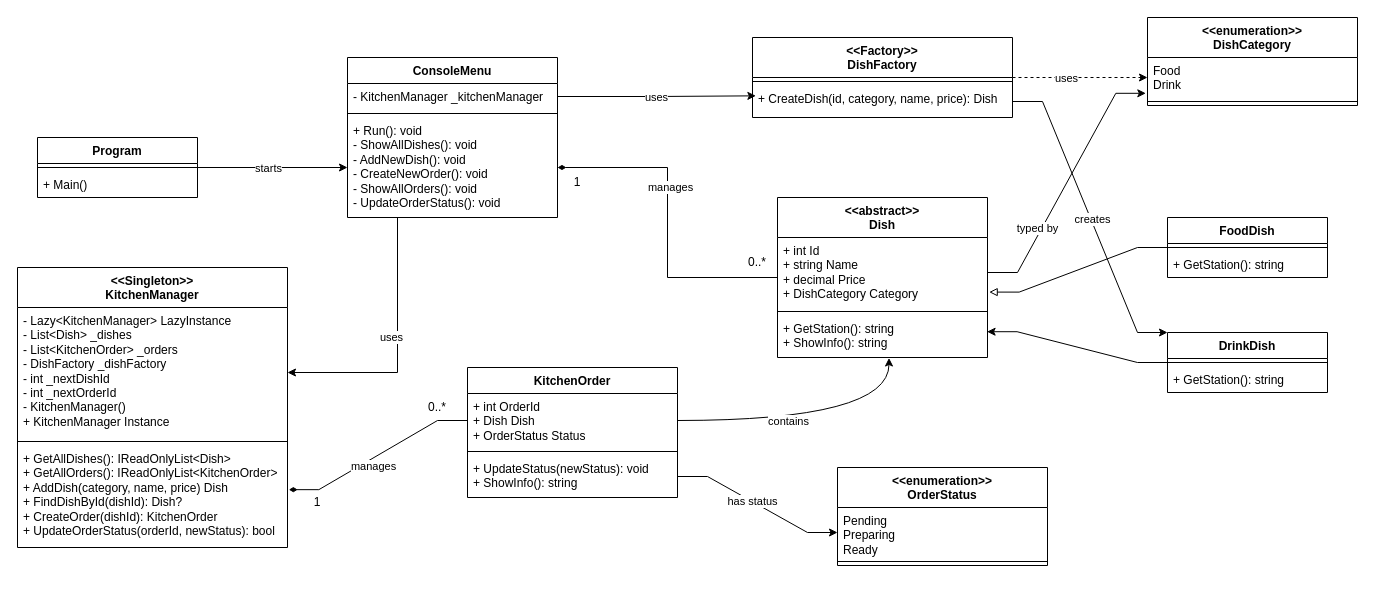
This is docs/classdiagram.drawio from ngxtmuni/console-app-combine-2-design-pattern, a draw.io file, before an edit. Source tidied: cells renumbered, new cells numbered last; positions are measured from the earlier drawing's top-left corner, leaving out a move shared by most shapes. Both pictures are drawn from the tidied source at 100%, with x=0, y=0 at pixel (17, 17).
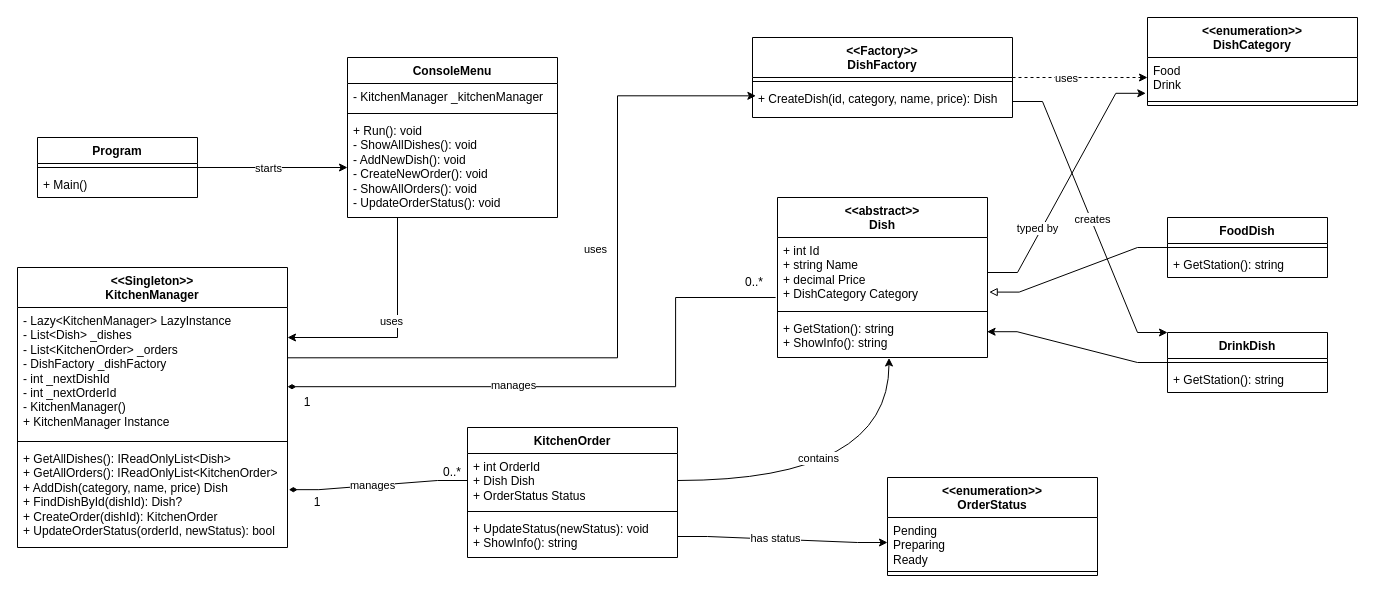
The same page after the edit.

Commit message (it also covers changes not shown here):
docs: Update class diagram layout and connections

Unchanged cells that the change refers to:
```xml
<mxCell id="6" value="- KitchenManager _kitchenManager" style="text;strokeColor=none;fillColor=none;align=left;verticalAlign=top;spacingLeft=4;spacingRight=4;overflow=hidden;points=[[0,0.5],[1,0.5]];portConstraint=eastwest;whiteSpace=wrap;html=1;" parent="5" vertex="1">
  <mxGeometry y="26" width="210" height="26" as="geometry" />
</mxCell>
<mxCell id="8" value="&lt;div&gt;+ Run(): void&lt;/div&gt;&lt;div&gt;- ShowAllDishes(): void&lt;/div&gt;&lt;div&gt;- AddNewDish(): void&lt;/div&gt;&lt;div&gt;- CreateNewOrder(): void&lt;/div&gt;&lt;div&gt;- ShowAllOrders(): void&lt;/div&gt;&lt;div&gt;- UpdateOrderStatus(): void&lt;/div&gt;" style="text;strokeColor=none;fillColor=none;align=left;verticalAlign=top;spacingLeft=4;spacingRight=4;overflow=hidden;points=[[0,0.5],[1,0.5]];portConstraint=eastwest;whiteSpace=wrap;html=1;" parent="5" vertex="1">
  <mxGeometry y="60" width="210" height="100" as="geometry" />
</mxCell>
<mxCell id="10" value="&lt;div&gt;- Lazy&amp;lt;KitchenManager&amp;gt;&amp;nbsp;&lt;span style=&quot;background-color: transparent; color: light-dark(rgb(0, 0, 0), rgb(255, 255, 255));&quot;&gt;LazyInstance&lt;/span&gt;&lt;/div&gt;&lt;div&gt;- List&amp;lt;Dish&amp;gt; _dishes&lt;/div&gt;&lt;div&gt;- List&amp;lt;KitchenOrder&amp;gt; _orders&lt;/div&gt;&lt;div&gt;- DishFactory _dishFactory&lt;/div&gt;&lt;div&gt;- int _nextDishId&lt;/div&gt;&lt;div&gt;- int _nextOrderId&lt;/div&gt;&lt;div&gt;- KitchenManager()&lt;/div&gt;&lt;div&gt;+ KitchenManager Instance&lt;/div&gt;" style="text;strokeColor=none;fillColor=none;align=left;verticalAlign=top;spacingLeft=4;spacingRight=4;overflow=hidden;points=[[0,0.5],[1,0.5]];portConstraint=eastwest;whiteSpace=wrap;html=1;" parent="9" vertex="1">
  <mxGeometry y="40" width="270" height="130" as="geometry" />
</mxCell>
<mxCell id="28" value="&amp;lt;&amp;lt;abstract&amp;gt;&amp;gt;&lt;div&gt;Dish&lt;/div&gt;" style="swimlane;fontStyle=1;align=center;verticalAlign=top;horizontal=1;startSize=40;whiteSpace=wrap;html=1;" parent="1" vertex="1">
  <mxGeometry x="760" y="180" width="210" height="160" as="geometry" />
</mxCell>
<mxCell id="32" style="edgeStyle=orthogonalEdgeStyle;rounded=0;jettySize=auto;html=1;entryX=0.531;entryY=1.012;entryDx=0;entryDy=0;entryPerimeter=0;curved=1;" parent="1" edge="1" source="19" target="31">
  <mxGeometry relative="1" as="geometry" />
</mxCell>
<mxCell id="45" value="&lt;div&gt;+ CreateDish(id, category, name, price): Dish&lt;/div&gt;" style="text;strokeColor=none;fillColor=none;align=left;verticalAlign=top;spacingLeft=4;spacingRight=4;overflow=hidden;points=[[0,0.5],[1,0.5]];portConstraint=eastwest;whiteSpace=wrap;html=1;" parent="43" vertex="1">
  <mxGeometry y="48" width="260" height="32" as="geometry" />
</mxCell>
```

Diff of the diagram source:
```diff
@@
-    <mxCell id="16" style="edgeStyle=orthogonalEdgeStyle;rounded=0;jettySize=auto;html=1;entryX=1;entryY=0.5;entryDx=0;entryDy=0;" parent="1" edge="1" source="8" target="10">
+    <mxCell id="16" style="edgeStyle=orthogonalEdgeStyle;rounded=0;jettySize=auto;html=1;" parent="1" edge="1" source="8">
       <mxGeometry relative="1" as="geometry">
+        <mxPoint x="270" y="320" as="targetPoint" />
         <Array as="points">
-          <mxPoint x="380" y="355" />
+          <mxPoint x="380" y="320" />
+          <mxPoint x="270" y="320" />
         </Array>
       </mxGeometry>
     </mxCell>
@@
     <mxCell id="18" value="KitchenOrder" style="swimlane;fontStyle=1;align=center;verticalAlign=top;horizontal=1;startSize=26;whiteSpace=wrap;html=1;" parent="1" vertex="1">
-      <mxGeometry x="450" y="350" width="210" height="130" as="geometry" />
+      <mxGeometry x="450" y="410" width="210" height="130" as="geometry" />
     </mxCell>
@@
     <mxCell id="23" value="0..*" style="text;html=1;whiteSpace=wrap;strokeColor=none;fillColor=none;align=center;verticalAlign=middle;rounded=0;" parent="1" vertex="1">
-      <mxGeometry x="390" y="375" width="60" height="30" as="geometry" />
+      <mxGeometry x="405" y="440" width="60" height="30" as="geometry" />
     </mxCell>
@@
-    <mxCell id="26" style="edgeStyle=orthogonalEdgeStyle;rounded=0;jettySize=auto;html=1;entryX=1;entryY=0.5;entryDx=0;entryDy=0;endArrow=diamondThin;endFill=1;" parent="1" edge="1" source="28" target="8">
-      <mxGeometry relative="1" as="geometry" />
+    <mxCell id="26" style="edgeStyle=orthogonalEdgeStyle;rounded=0;orthogonalLoop=1;jettySize=auto;html=1;entryX=1.007;entryY=0.456;entryDx=0;entryDy=0;endArrow=diamondThin;endFill=1;entryPerimeter=0;" parent="1" edge="1">
+      <mxGeometry relative="1" as="geometry">
+        <mxPoint x="758.1" y="280" as="sourcePoint" />
+        <mxPoint x="270" y="369.2" as="targetPoint" />
+        <Array as="points">
+          <mxPoint x="658.1" y="280" />
+          <mxPoint x="658.1" y="369" />
+        </Array>
+      </mxGeometry>
     </mxCell>
@@
     <mxCell id="33" value="contains" style="edgeLabel;html=1;align=center;verticalAlign=middle;" parent="32" vertex="1">
       <mxGeometry x="-0.38" y="-4" relative="1" as="geometry">
-        <mxPoint x="25" y="-4" as="offset" />
+        <mxPoint x="36" y="-27" as="offset" />
       </mxGeometry>
     </mxCell>
     <mxCell id="34" value="&amp;lt;&amp;lt;enumeration&amp;gt;&amp;gt;&lt;div&gt;OrderStatus&lt;/div&gt;" style="swimlane;fontStyle=1;align=center;verticalAlign=top;horizontal=1;startSize=40;whiteSpace=wrap;html=1;" parent="1" vertex="1">
-      <mxGeometry x="820" y="450" width="210" height="98" as="geometry" />
+      <mxGeometry x="870" y="460" width="210" height="98" as="geometry" />
     </mxCell>
@@
-    <mxCell id="46" style="edgeStyle=orthogonalEdgeStyle;rounded=0;jettySize=auto;html=1;entryX=0.013;entryY=0.323;entryDx=0;entryDy=0;entryPerimeter=0;" parent="1" edge="1" source="6" target="45">
-      <mxGeometry relative="1" as="geometry" />
+    <mxCell id="46" style="edgeStyle=orthogonalEdgeStyle;rounded=0;jettySize=auto;html=1;entryX=0.013;entryY=0.323;entryDx=0;entryDy=0;entryPerimeter=0;exitX=0.999;exitY=0.387;exitDx=0;exitDy=0;exitPerimeter=0;" parent="1" edge="1" source="10" target="45">
+      <mxGeometry relative="1" as="geometry">
+        <Array as="points">
+          <mxPoint x="600" y="340" />
+          <mxPoint x="600" y="78" />
+        </Array>
+      </mxGeometry>
     </mxCell>
@@
     <mxCell id="48" value="1" style="text;html=1;whiteSpace=wrap;strokeColor=none;fillColor=none;align=center;verticalAlign=middle;rounded=0;" parent="1" vertex="1">
-      <mxGeometry x="530" y="150" width="60" height="30" as="geometry" />
+      <mxGeometry x="260" y="370" width="60" height="30" as="geometry" />
     </mxCell>
     <mxCell id="49" value="0..*" style="text;html=1;whiteSpace=wrap;strokeColor=none;fillColor=none;align=center;verticalAlign=middle;rounded=0;" parent="1" vertex="1">
-      <mxGeometry x="710" y="230" width="60" height="30" as="geometry" />
+      <mxGeometry x="707" y="250" width="60" height="30" as="geometry" />
     </mxCell>
```
